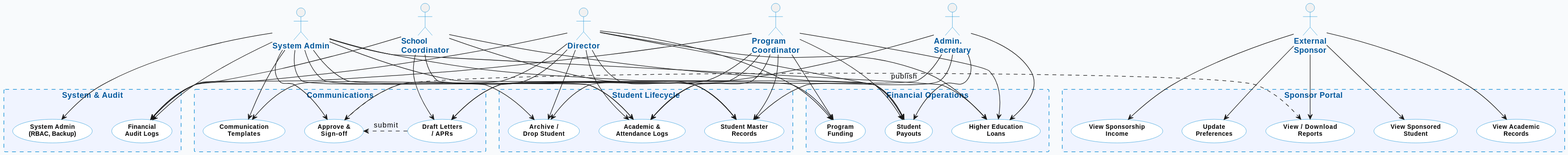
TainYanTun/BHSMS-Architectural-Blueprint keeps this PlantUML diagram as activity-diagram/usecase.svg. Above is the earlier version.
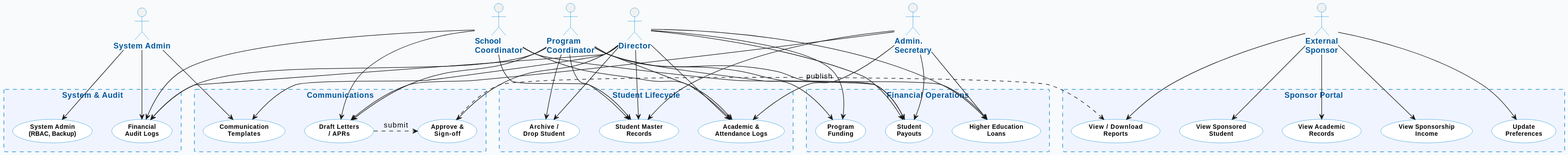
The same file after the commit.

Commit message:
fix: reduce Admin to system-only permissions per RBAC_LOGIC.md

Change to the diagram source:
```diff
@@ -57,15 +57,8 @@
   usecase "View / Download\nReports" as S5
 }
 
+Admin --> UC6
 Admin --> UC7
-Admin --> UC9
-Admin --> UC1
-Admin --> UC2
-Admin --> UC10
-Admin --> UC3
-Admin --> UC4
-Admin --> UC5
-Admin --> UC6
 Admin --> UC11
 
 Director --> UC7
```
